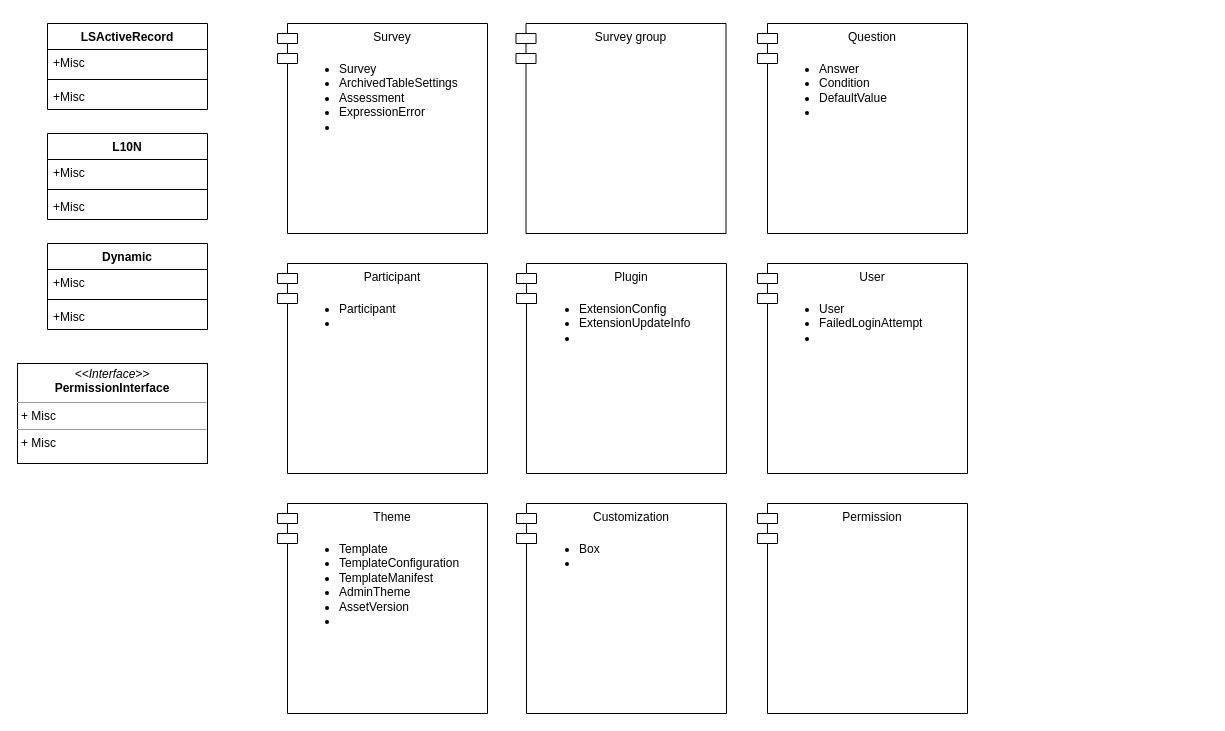
The draw.io diagram Domain modules.drawio in olleharstedt/diagrams.net, before the edit. Source tidied: cells renumbered, new cells numbered last; positions are measured from the earlier drawing's top-left corner, leaving out a move shared by most shapes. Both pictures are drawn from the tidied source at 100%, with x=0, y=0 at pixel (17, 23).
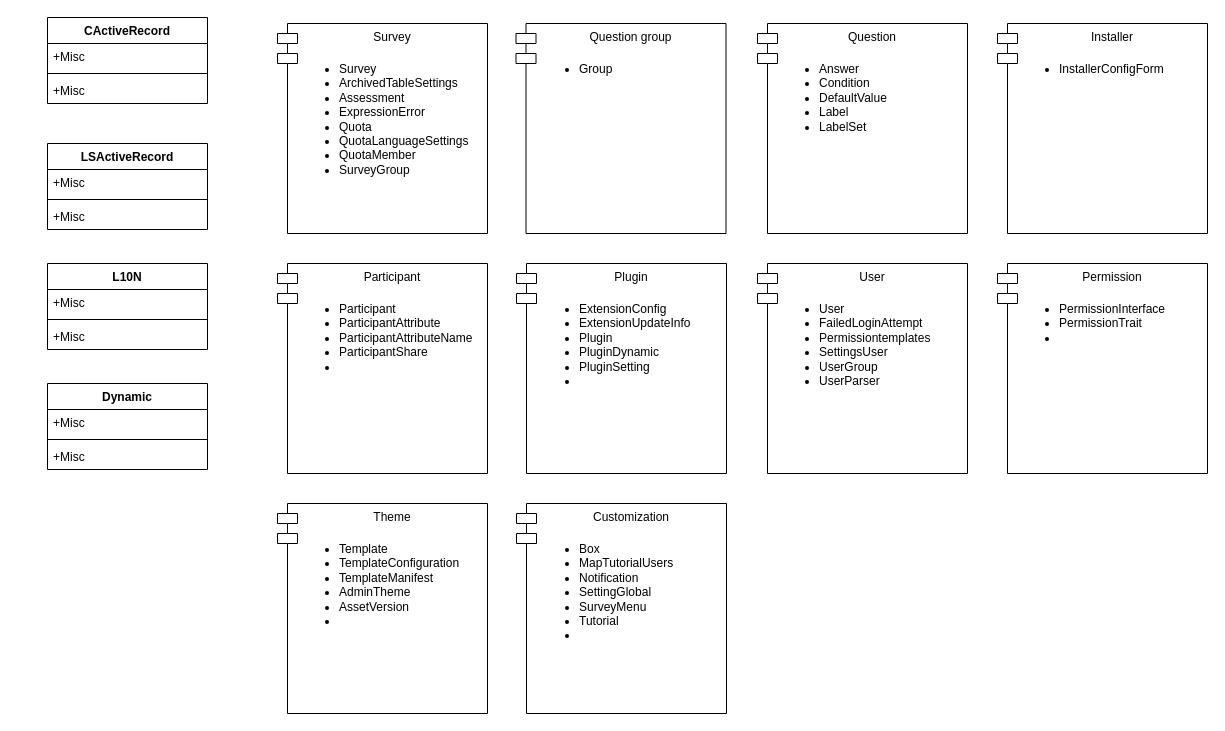
The same diagram, later.

The edit, as a diff of the source:
```diff
@@
-    <mxCell id="3" value="Survey group" style="shape=module;align=left;spacingLeft=20;align=center;verticalAlign=top;fillColor=none;" parent="1" vertex="1">
+    <mxCell id="3" value="Question group" style="shape=module;align=left;spacingLeft=20;align=center;verticalAlign=top;fillColor=none;" parent="1" vertex="1">
       <mxGeometry x="498.5" width="210" height="210" as="geometry" />
     </mxCell>
@@
     <mxCell id="10" value="Permission" style="shape=module;align=left;spacingLeft=20;align=center;verticalAlign=top;fillColor=none;" parent="1" vertex="1">
-      <mxGeometry x="740" y="480" width="210" height="210" as="geometry" />
+      <mxGeometry x="980" y="240" width="210" height="210" as="geometry" />
     </mxCell>
     <mxCell id="11" value="LSActiveRecord" style="swimlane;fontStyle=1;align=center;verticalAlign=top;horizontal=1;startSize=26;fillColor=none;" parent="1" vertex="1">
-      <mxGeometry x="30" width="160" height="86" as="geometry" />
+      <mxGeometry x="30" y="120" width="160" height="86" as="geometry" />
     </mxCell>
@@
-    <mxCell id="15" value="&lt;p style=&quot;margin: 0px ; margin-top: 4px ; text-align: center&quot;&gt;&lt;i&gt;&amp;lt;&amp;lt;Interface&amp;gt;&amp;gt;&lt;/i&gt;&lt;br&gt;&lt;b&gt;PermissionInterface&lt;/b&gt;&lt;/p&gt;&lt;hr size=&quot;1&quot;&gt;&lt;p style=&quot;margin: 0px ; margin-left: 4px&quot;&gt;+ Misc&lt;br&gt;&lt;/p&gt;&lt;hr size=&quot;1&quot;&gt;&lt;p style=&quot;margin: 0px ; margin-left: 4px&quot;&gt;+ Misc&lt;br&gt;&lt;/p&gt;" style="verticalAlign=top;align=left;overflow=fill;fontSize=12;fontFamily=Helvetica;html=1;fillColor=none;" parent="1" vertex="1">
-      <mxGeometry y="340" width="190" height="100" as="geometry" />
-    </mxCell>
-    <mxCell id="16" value="&lt;ul&gt;&lt;li&gt;Participant&lt;/li&gt;&lt;li&gt;&lt;br&gt;&lt;/li&gt;&lt;/ul&gt;" style="text;html=1;strokeColor=none;fillColor=none;align=left;verticalAlign=top;whiteSpace=wrap;rounded=0;" parent="1" vertex="1">
+    <mxCell id="16" value="&lt;ul&gt;&lt;li&gt;Participant&lt;/li&gt;&lt;li&gt;ParticipantAttribute&lt;/li&gt;&lt;li&gt;ParticipantAttributeName&lt;/li&gt;&lt;li&gt;ParticipantShare&lt;/li&gt;&lt;li&gt;&lt;br&gt;&lt;/li&gt;&lt;/ul&gt;" style="text;html=1;strokeColor=none;fillColor=none;align=left;verticalAlign=top;whiteSpace=wrap;rounded=0;" parent="1" vertex="1">
       <mxGeometry x="280" y="260" width="120" height="120" as="geometry" />
     </mxCell>
-    <mxCell id="17" value="&lt;ul&gt;&lt;li&gt;Survey&lt;br&gt;&lt;/li&gt;&lt;li&gt;ArchivedTableSettings&lt;/li&gt;&lt;li&gt;Assessment&lt;/li&gt;&lt;li&gt;ExpressionError&lt;/li&gt;&lt;li&gt;&lt;br&gt;&lt;/li&gt;&lt;/ul&gt;" style="text;html=1;strokeColor=none;fillColor=none;align=left;verticalAlign=top;whiteSpace=wrap;rounded=0;" parent="1" vertex="1">
+    <mxCell id="17" value="&lt;ul&gt;&lt;li&gt;Survey&lt;br&gt;&lt;/li&gt;&lt;li&gt;ArchivedTableSettings&lt;/li&gt;&lt;li&gt;Assessment&lt;/li&gt;&lt;li&gt;ExpressionError&lt;/li&gt;&lt;li&gt;Quota&lt;/li&gt;&lt;li&gt;QuotaLanguageSettings&lt;/li&gt;&lt;li&gt;QuotaMember&lt;/li&gt;&lt;li&gt;SurveyGroup&lt;br&gt;&lt;/li&gt;&lt;/ul&gt;" style="text;html=1;strokeColor=none;fillColor=none;align=left;verticalAlign=top;whiteSpace=wrap;rounded=0;" parent="1" vertex="1">
       <mxGeometry x="280" y="20" width="120" height="120" as="geometry" />
     </mxCell>
@@
-    <mxCell id="19" value="&lt;ul&gt;&lt;li&gt;Answer&lt;br&gt;&lt;/li&gt;&lt;li&gt;Condition&lt;/li&gt;&lt;li&gt;DefaultValue&lt;/li&gt;&lt;li&gt;&lt;br&gt;&lt;/li&gt;&lt;/ul&gt;" style="text;html=1;strokeColor=none;fillColor=none;align=left;verticalAlign=top;whiteSpace=wrap;rounded=0;" parent="1" vertex="1">
+    <mxCell id="19" value="&lt;ul&gt;&lt;li&gt;Answer&lt;br&gt;&lt;/li&gt;&lt;li&gt;Condition&lt;/li&gt;&lt;li&gt;DefaultValue&lt;/li&gt;&lt;li&gt;Label&lt;/li&gt;&lt;li&gt;LabelSet&lt;br&gt;&lt;/li&gt;&lt;/ul&gt;" style="text;html=1;strokeColor=none;fillColor=none;align=left;verticalAlign=top;whiteSpace=wrap;rounded=0;" parent="1" vertex="1">
       <mxGeometry x="760" y="20" width="120" height="120" as="geometry" />
     </mxCell>
-    <mxCell id="20" value="&lt;ul&gt;&lt;li&gt;Box&lt;br&gt;&lt;/li&gt;&lt;li&gt;&lt;br&gt;&lt;/li&gt;&lt;/ul&gt;" style="text;html=1;strokeColor=none;fillColor=none;align=left;verticalAlign=top;whiteSpace=wrap;rounded=0;" parent="1" vertex="1">
+    <mxCell id="20" value="&lt;ul&gt;&lt;li&gt;Box&lt;br&gt;&lt;/li&gt;&lt;li&gt;MapTutorialUsers&lt;/li&gt;&lt;li&gt;Notification&lt;/li&gt;&lt;li&gt;SettingGlobal&lt;/li&gt;&lt;li&gt;SurveyMenu&lt;/li&gt;&lt;li&gt;Tutorial&lt;/li&gt;&lt;li&gt;&lt;br&gt;&lt;/li&gt;&lt;/ul&gt;" style="text;html=1;strokeColor=none;fillColor=none;align=left;verticalAlign=top;whiteSpace=wrap;rounded=0;" parent="1" vertex="1">
       <mxGeometry x="520" y="500" width="120" height="120" as="geometry" />
     </mxCell>
     <mxCell id="21" value="L10N" style="swimlane;fontStyle=1;align=center;verticalAlign=top;horizontal=1;startSize=26;fillColor=none;" parent="1" vertex="1">
-      <mxGeometry x="30" y="110" width="160" height="86" as="geometry" />
+      <mxGeometry x="30" y="240" width="160" height="86" as="geometry" />
     </mxCell>
@@
     <mxCell id="25" value="Dynamic" style="swimlane;fontStyle=1;align=center;verticalAlign=top;horizontal=1;startSize=26;fillColor=none;" parent="1" vertex="1">
-      <mxGeometry x="30" y="220" width="160" height="86" as="geometry" />
+      <mxGeometry x="30" y="360" width="160" height="86" as="geometry" />
     </mxCell>
@@
-    <mxCell id="29" value="&lt;ul&gt;&lt;li&gt;ExtensionConfig&lt;/li&gt;&lt;li&gt;ExtensionUpdateInfo&lt;br&gt;&lt;/li&gt;&lt;li&gt;&lt;br&gt;&lt;/li&gt;&lt;/ul&gt;" style="text;html=1;strokeColor=none;fillColor=none;align=left;verticalAlign=top;whiteSpace=wrap;rounded=0;" parent="1" vertex="1">
+    <mxCell id="29" value="&lt;ul&gt;&lt;li&gt;ExtensionConfig&lt;/li&gt;&lt;li&gt;ExtensionUpdateInfo&lt;br&gt;&lt;/li&gt;&lt;li&gt;Plugin&lt;/li&gt;&lt;li&gt;PluginDynamic&lt;/li&gt;&lt;li&gt;PluginSetting&lt;/li&gt;&lt;li&gt;&lt;br&gt;&lt;/li&gt;&lt;/ul&gt;" style="text;html=1;strokeColor=none;fillColor=none;align=left;verticalAlign=top;whiteSpace=wrap;rounded=0;" parent="1" vertex="1">
       <mxGeometry x="520" y="260" width="120" height="120" as="geometry" />
     </mxCell>
-    <mxCell id="30" value="&lt;ul&gt;&lt;li&gt;User&lt;br&gt;&lt;/li&gt;&lt;li&gt;FailedLoginAttempt&lt;/li&gt;&lt;li&gt;&lt;br&gt;&lt;/li&gt;&lt;/ul&gt;" style="text;html=1;strokeColor=none;fillColor=none;align=left;verticalAlign=top;whiteSpace=wrap;rounded=0;" parent="1" vertex="1">
+    <mxCell id="30" value="&lt;ul&gt;&lt;li&gt;User&lt;br&gt;&lt;/li&gt;&lt;li&gt;FailedLoginAttempt&lt;/li&gt;&lt;li&gt;Permissiontemplates&lt;/li&gt;&lt;li&gt;SettingsUser&lt;/li&gt;&lt;li&gt;UserGroup&lt;/li&gt;&lt;li&gt;UserParser&lt;br&gt;&lt;/li&gt;&lt;/ul&gt;" style="text;html=1;strokeColor=none;fillColor=none;align=left;verticalAlign=top;whiteSpace=wrap;rounded=0;" parent="1" vertex="1">
       <mxGeometry x="760" y="260" width="120" height="120" as="geometry" />
     </mxCell>
+    <mxCell id="31" value="Installer" style="shape=module;align=left;spacingLeft=20;align=center;verticalAlign=top;fillColor=none;" parent="1" vertex="1">
+      <mxGeometry x="980" width="210" height="210" as="geometry" />
+    </mxCell>
+    <mxCell id="32" value="&lt;ul&gt;&lt;li&gt;InstallerConfigForm&lt;br&gt;&lt;/li&gt;&lt;/ul&gt;" style="text;html=1;strokeColor=none;fillColor=none;align=left;verticalAlign=top;whiteSpace=wrap;rounded=0;" parent="1" vertex="1">
+      <mxGeometry x="1000" y="20" width="120" height="120" as="geometry" />
+    </mxCell>
+    <mxCell id="33" value="&lt;ul&gt;&lt;li&gt;PermissionInterface&lt;/li&gt;&lt;li&gt;PermissionTrait&lt;/li&gt;&lt;li&gt;&lt;br&gt;&lt;/li&gt;&lt;/ul&gt;" style="text;html=1;strokeColor=none;fillColor=none;align=left;verticalAlign=top;whiteSpace=wrap;rounded=0;" parent="1" vertex="1">
+      <mxGeometry x="1000" y="260" width="120" height="120" as="geometry" />
+    </mxCell>
+    <mxCell id="34" value="&lt;ul&gt;&lt;li&gt;Group&lt;br&gt;&lt;/li&gt;&lt;/ul&gt;" style="text;html=1;strokeColor=none;fillColor=none;align=left;verticalAlign=top;whiteSpace=wrap;rounded=0;" parent="1" vertex="1">
+      <mxGeometry x="520" y="20" width="120" height="120" as="geometry" />
+    </mxCell>
+    <mxCell id="35" value="CActiveRecord" style="swimlane;fontStyle=1;align=center;verticalAlign=top;horizontal=1;startSize=26;fillColor=none;" parent="1" vertex="1">
+      <mxGeometry x="30" y="-6" width="160" height="86" as="geometry" />
+    </mxCell>
+    <mxCell id="36" value="+Misc" style="text;strokeColor=none;fillColor=none;align=left;verticalAlign=top;spacingLeft=4;spacingRight=4;overflow=hidden;" parent="35" vertex="1">
+      <mxGeometry y="26" width="160" height="26" as="geometry" />
+    </mxCell>
+    <mxCell id="37" style="line;strokeWidth=1;fillColor=none;align=left;verticalAlign=middle;spacingTop=-1;spacingLeft=3;spacingRight=3;labelPosition=right;" parent="35" vertex="1">
+      <mxGeometry y="52" width="160" height="8" as="geometry" />
+    </mxCell>
+    <mxCell id="38" value="+Misc" style="text;strokeColor=none;fillColor=none;align=left;verticalAlign=top;spacingLeft=4;spacingRight=4;overflow=hidden;" parent="35" vertex="1">
+      <mxGeometry y="60" width="160" height="26" as="geometry" />
+    </mxCell>
```
